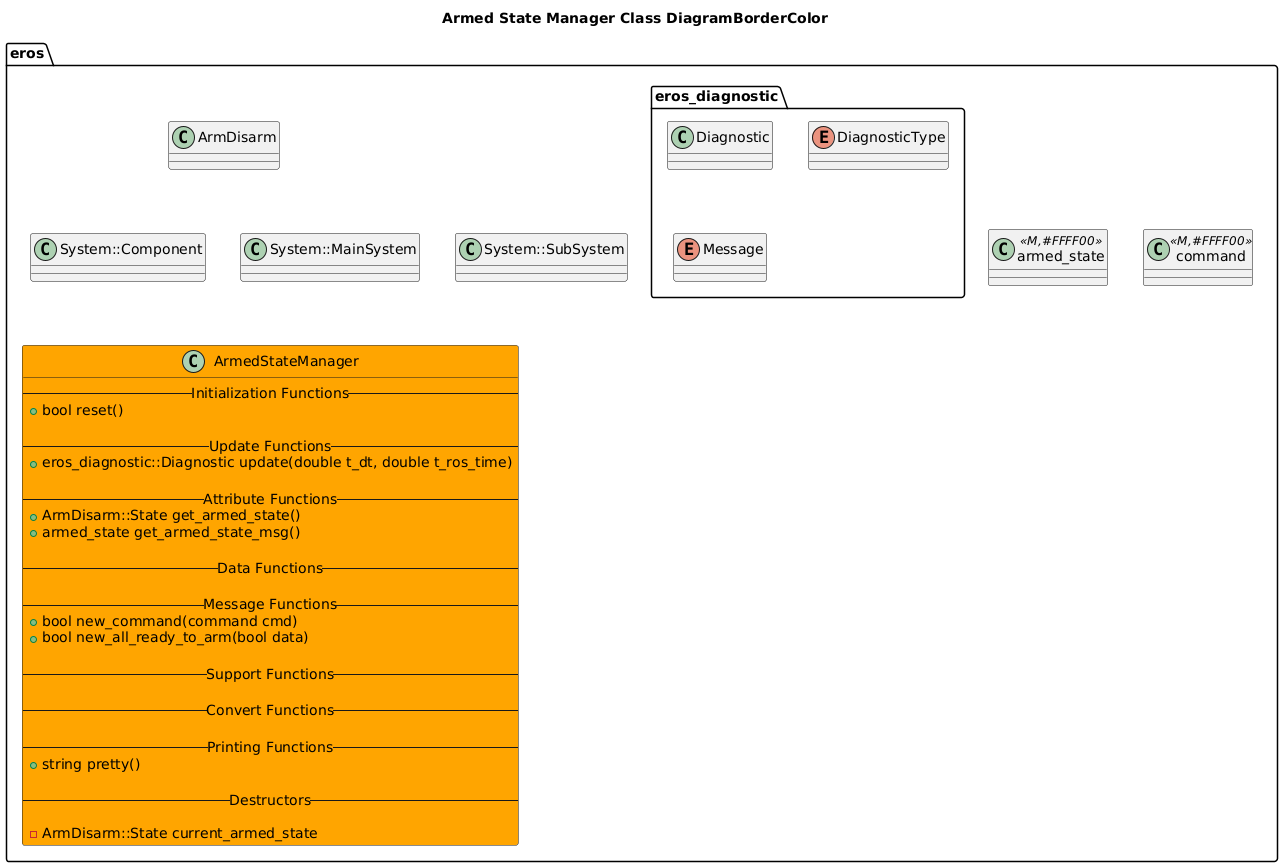
dgitz/eros keeps this PlantUML diagram as include/eros/doc/output/ArmedStateManagerClassDiagram.png. Above is the earlier version. Source of this version:
```plantuml
@startuml
title Armed State Manager Class DiagramBorderColor

package eros {
    class ArmDisarm
    together {
        class System::MainSystem
        class System::SubSystem
        class System::Component
    }
    together {
        class armed_state <<M,#FFFF00>>
        class command <<M,#FFFF00>>
    }
    namespace eros_diagnostic {
        class Diagnostic
        enum DiagnosticType
        enum Message
    }
class ArmedStateManager #Orange {
    -- Initialization Functions --
    +bool reset()

    -- Update Functions --
    +eros_diagnostic::Diagnostic update(double t_dt, double t_ros_time)

    -- Attribute Functions --
    +ArmDisarm::State get_armed_state()
    +armed_state get_armed_state_msg()

    -- Data Functions --

    -- Message Functions --
    +bool new_command(command cmd)
    +bool new_all_ready_to_arm(bool data)

    -- Support Functions --

    -- Convert Functions --

    -- Printing Functions --
    +string pretty()

    -- Destructors --

    -ArmDisarm::State current_armed_state
}
}

@enduml
```
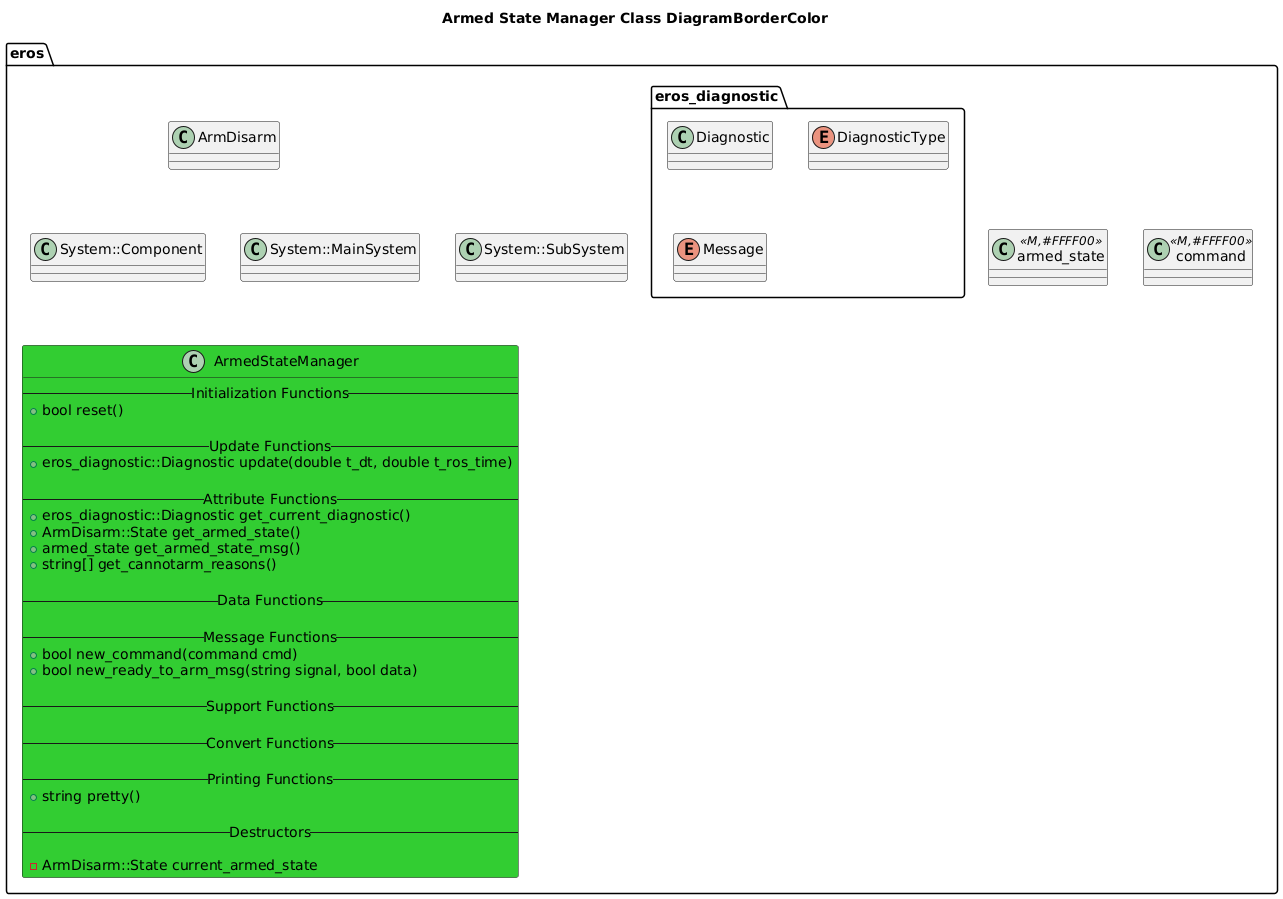
The same diagram one commit later.

What changed in the source:
```diff
@@ -17,7 +17,7 @@
         enum DiagnosticType
         enum Message
     }
-class ArmedStateManager #Orange {
+class ArmedStateManager #LimeGreen {
     -- Initialization Functions --
     +bool reset()
 
@@ -25,14 +25,16 @@
     +eros_diagnostic::Diagnostic update(double t_dt, double t_ros_time)
 
     -- Attribute Functions --
+    +eros_diagnostic::Diagnostic get_current_diagnostic()
     +ArmDisarm::State get_armed_state()
     +armed_state get_armed_state_msg()
+    +string[] get_cannotarm_reasons()
 
     -- Data Functions --
 
     -- Message Functions --
     +bool new_command(command cmd)
-    +bool new_all_ready_to_arm(bool data)
+    +bool new_ready_to_arm_msg(string signal, bool data)
 
     -- Support Functions --
 
```
